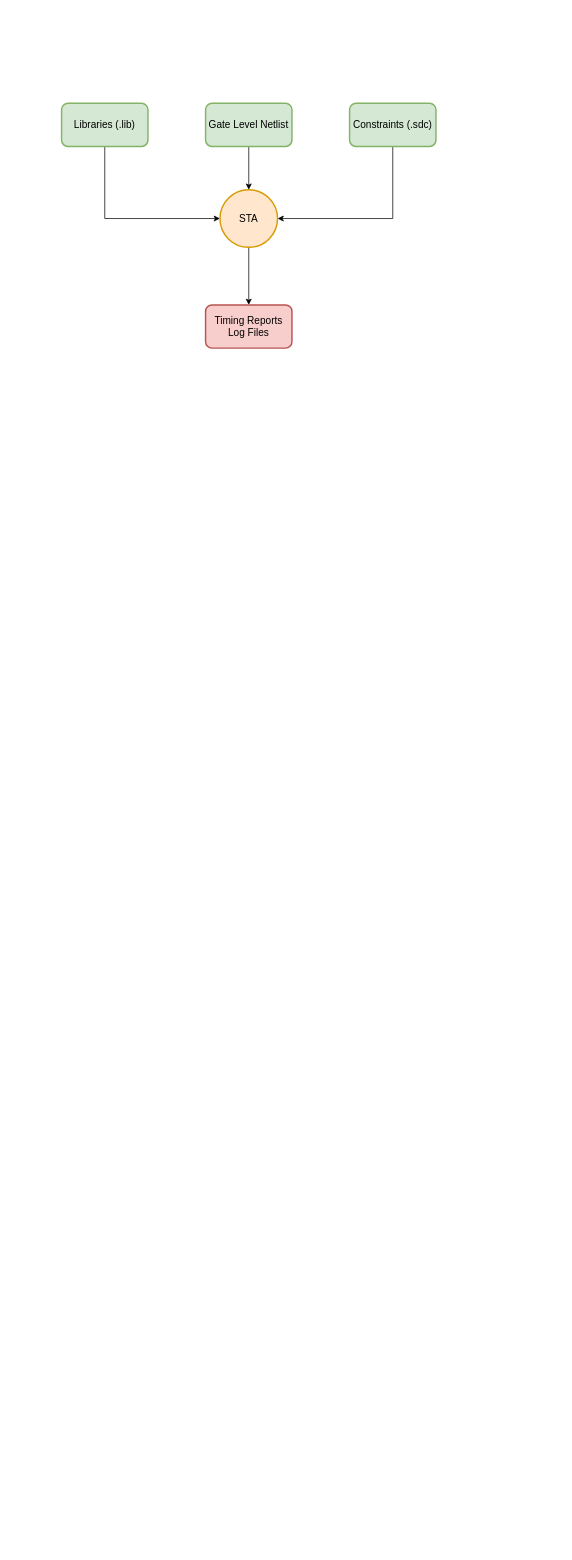
The draw.io diagram STA.drawio in T-Maharshi-Sanand-Yadav/draw.io, before the edit. Source tidied: cells renumbered, new cells numbered last; positions are measured from the earlier drawing's top-left corner, leaving out a move shared by most shapes. Both pictures are drawn from the tidied source at 72%, with x=0, y=0 at pixel (61, 103).
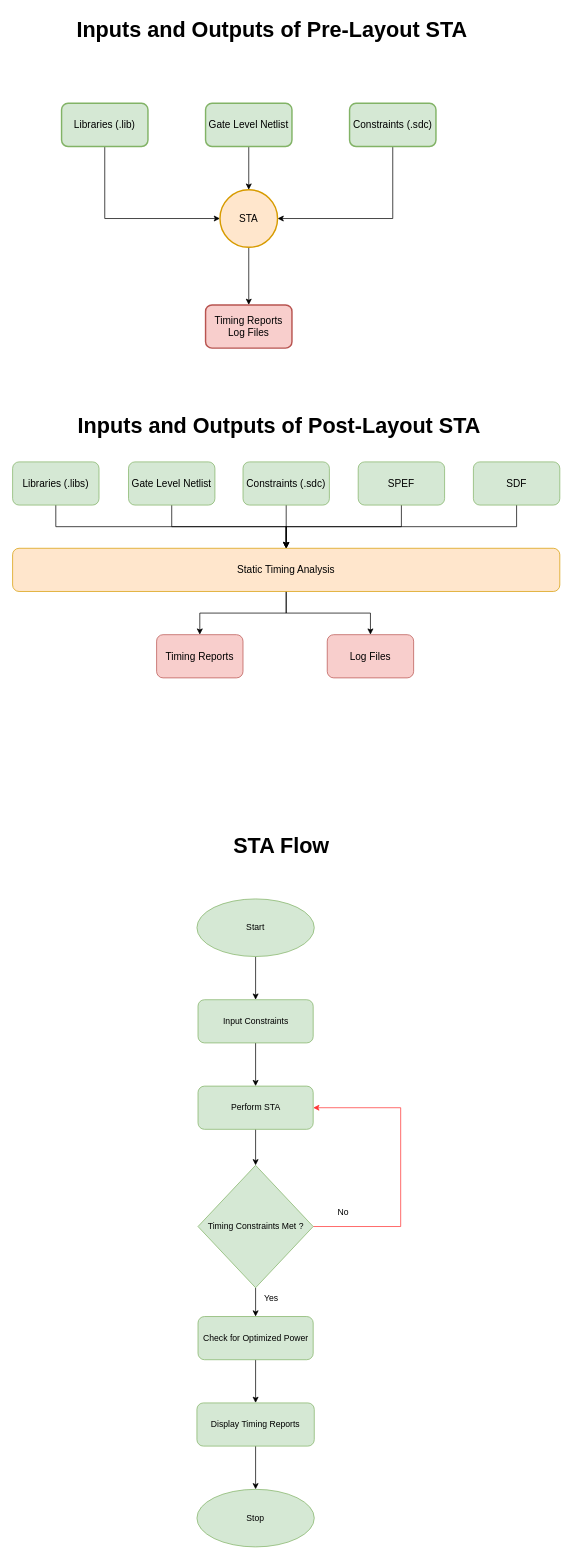
The same diagram, later.

Diff of the diagram source:
```diff
@@
+    <mxCell id="11" value="&lt;b&gt;&lt;font style=&quot;font-size: 30px;&quot;&gt;Inputs and Outputs of Pre-Layout STA&lt;/font&gt;&lt;/b&gt;" style="text;html=1;align=center;verticalAlign=middle;strokeColor=none;fillColor=none;" parent="1" vertex="1">
+      <mxGeometry x="11" y="-126" width="561" height="48" as="geometry" />
+    </mxCell>
+    <mxCell id="12" style="edgeStyle=orthogonalEdgeStyle;rounded=0;jettySize=auto;html=1;exitX=0.5;exitY=1;exitDx=0;exitDy=0;" parent="1" edge="1" source="13" target="26">
+      <mxGeometry relative="1" as="geometry" />
+    </mxCell>
+    <mxCell id="13" value="Libraries (.libs)" style="rounded=1;whiteSpace=wrap;html=1;fontSize=14;fillColor=#d5e8d4;strokeColor=#82b366;" parent="1" vertex="1">
+      <mxGeometry x="-68" y="498" width="120" height="60" as="geometry" />
+    </mxCell>
+    <mxCell id="14" style="edgeStyle=orthogonalEdgeStyle;rounded=0;jettySize=auto;html=1;" parent="1" edge="1" source="15" target="26">
+      <mxGeometry relative="1" as="geometry" />
+    </mxCell>
+    <mxCell id="15" value="Gate Level Netlist" style="rounded=1;whiteSpace=wrap;html=1;fontSize=14;fillColor=#d5e8d4;strokeColor=#82b366;" parent="1" vertex="1">
+      <mxGeometry x="93" y="498" width="120" height="60" as="geometry" />
+    </mxCell>
+    <mxCell id="16" style="edgeStyle=orthogonalEdgeStyle;rounded=0;jettySize=auto;html=1;" parent="1" edge="1" source="17" target="26">
+      <mxGeometry relative="1" as="geometry" />
+    </mxCell>
+    <mxCell id="17" value="Constraints (.sdc)" style="rounded=1;whiteSpace=wrap;html=1;fontSize=14;fillColor=#d5e8d4;strokeColor=#82b366;" parent="1" vertex="1">
+      <mxGeometry x="252" y="498" width="120" height="60" as="geometry" />
+    </mxCell>
+    <mxCell id="18" style="edgeStyle=orthogonalEdgeStyle;rounded=0;jettySize=auto;html=1;" parent="1" edge="1" source="19" target="26">
+      <mxGeometry relative="1" as="geometry" />
+    </mxCell>
+    <mxCell id="19" value="SPEF" style="rounded=1;whiteSpace=wrap;html=1;fontSize=14;fillColor=#d5e8d4;strokeColor=#82b366;" parent="1" vertex="1">
+      <mxGeometry x="412" y="498" width="120" height="60" as="geometry" />
+    </mxCell>
+    <mxCell id="20" style="edgeStyle=orthogonalEdgeStyle;rounded=0;jettySize=auto;html=1;" parent="1" edge="1" source="21" target="26">
+      <mxGeometry relative="1" as="geometry" />
+    </mxCell>
+    <mxCell id="21" value="SDF" style="rounded=1;whiteSpace=wrap;html=1;fontSize=14;fillColor=#d5e8d4;strokeColor=#82b366;" parent="1" vertex="1">
+      <mxGeometry x="572" y="498" width="120" height="60" as="geometry" />
+    </mxCell>
+    <mxCell id="22" value="Timing Reports" style="rounded=1;whiteSpace=wrap;html=1;fontSize=14;fillColor=#f8cecc;strokeColor=#b85450;" parent="1" vertex="1">
+      <mxGeometry x="132" y="738" width="120" height="60" as="geometry" />
+    </mxCell>
+    <mxCell id="23" value="Log Files" style="rounded=1;whiteSpace=wrap;html=1;fontSize=14;fillColor=#f8cecc;strokeColor=#b85450;" parent="1" vertex="1">
+      <mxGeometry x="369" y="738" width="120" height="60" as="geometry" />
+    </mxCell>
+    <mxCell id="24" style="edgeStyle=orthogonalEdgeStyle;rounded=0;jettySize=auto;html=1;exitX=0.5;exitY=1;exitDx=0;exitDy=0;entryX=0.5;entryY=0;entryDx=0;entryDy=0;" parent="1" edge="1" source="26" target="22">
+      <mxGeometry relative="1" as="geometry" />
+    </mxCell>
+    <mxCell id="25" style="edgeStyle=orthogonalEdgeStyle;rounded=0;jettySize=auto;html=1;exitX=0.5;exitY=1;exitDx=0;exitDy=0;entryX=0.5;entryY=0;entryDx=0;entryDy=0;" parent="1" edge="1" source="26" target="23">
+      <mxGeometry relative="1" as="geometry" />
+    </mxCell>
+    <mxCell id="26" value="&lt;span style=&quot;font-size: 14px;&quot;&gt;Static Timing Analysis&lt;/span&gt;" style="rounded=1;whiteSpace=wrap;html=1;fillColor=#ffe6cc;strokeColor=#d79b00;" parent="1" vertex="1">
+      <mxGeometry x="-68" y="618" width="760" height="60" as="geometry" />
+    </mxCell>
+    <mxCell id="27" style="edgeStyle=orthogonalEdgeStyle;rounded=0;jettySize=auto;html=1;" parent="1" edge="1" source="28" target="30">
+      <mxGeometry relative="1" as="geometry" />
+    </mxCell>
+    <mxCell id="28" value="Start" style="ellipse;whiteSpace=wrap;html=1;fillColor=#d5e8d4;strokeColor=#82b366;" parent="1" vertex="1">
+      <mxGeometry x="188" y="1105" width="163" height="80" as="geometry" />
+    </mxCell>
+    <mxCell id="29" style="edgeStyle=orthogonalEdgeStyle;rounded=0;jettySize=auto;html=1;" parent="1" edge="1" source="30" target="32">
+      <mxGeometry relative="1" as="geometry" />
+    </mxCell>
+    <mxCell id="30" value="Input Constraints" style="rounded=1;whiteSpace=wrap;html=1;fillColor=#d5e8d4;strokeColor=#82b366;" parent="1" vertex="1">
+      <mxGeometry x="189.5" y="1245" width="160" height="60" as="geometry" />
+    </mxCell>
+    <mxCell id="31" style="edgeStyle=orthogonalEdgeStyle;rounded=0;jettySize=auto;html=1;" parent="1" edge="1" source="32" target="37">
+      <mxGeometry relative="1" as="geometry" />
+    </mxCell>
+    <mxCell id="32" value="Perform STA" style="rounded=1;whiteSpace=wrap;html=1;fillColor=#d5e8d4;strokeColor=#82b366;" parent="1" vertex="1">
+      <mxGeometry x="189.5" y="1365" width="160" height="60" as="geometry" />
+    </mxCell>
+    <mxCell id="33" style="edgeStyle=orthogonalEdgeStyle;rounded=0;jettySize=auto;html=1;" parent="1" edge="1" source="34" target="39">
+      <mxGeometry relative="1" as="geometry" />
+    </mxCell>
+    <mxCell id="34" value="Check for Optimized Power" style="rounded=1;whiteSpace=wrap;html=1;fillColor=#d5e8d4;strokeColor=#82b366;" parent="1" vertex="1">
+      <mxGeometry x="189.5" y="1685" width="160" height="60" as="geometry" />
+    </mxCell>
+    <mxCell id="35" style="edgeStyle=orthogonalEdgeStyle;rounded=0;jettySize=auto;html=1;" parent="1" edge="1" source="37" target="34">
+      <mxGeometry relative="1" as="geometry" />
+    </mxCell>
+    <mxCell id="36" style="edgeStyle=orthogonalEdgeStyle;rounded=0;jettySize=auto;html=1;exitX=1;exitY=0.5;exitDx=0;exitDy=0;entryX=1;entryY=0.5;entryDx=0;entryDy=0;strokeColor=#FF3333;" parent="1" edge="1" source="37" target="32">
+      <mxGeometry relative="1" as="geometry">
+        <Array as="points">
+          <mxPoint x="471" y="1560" />
+          <mxPoint x="471" y="1395" />
+        </Array>
+      </mxGeometry>
+    </mxCell>
+    <mxCell id="37" value="Timing Constraints Met ?" style="rhombus;whiteSpace=wrap;html=1;fillColor=#d5e8d4;strokeColor=#82b366;" parent="1" vertex="1">
+      <mxGeometry x="189.5" y="1475" width="160" height="170" as="geometry" />
+    </mxCell>
+    <mxCell id="38" style="edgeStyle=orthogonalEdgeStyle;rounded=0;jettySize=auto;html=1;" parent="1" edge="1" source="39" target="40">
+      <mxGeometry relative="1" as="geometry" />
+    </mxCell>
+    <mxCell id="39" value="Display Timing Reports" style="rounded=1;whiteSpace=wrap;html=1;fillColor=#d5e8d4;strokeColor=#82b366;" parent="1" vertex="1">
+      <mxGeometry x="188" y="1805" width="163" height="60" as="geometry" />
+    </mxCell>
+    <mxCell id="40" value="Stop" style="ellipse;whiteSpace=wrap;html=1;fillColor=#d5e8d4;strokeColor=#82b366;" parent="1" vertex="1">
+      <mxGeometry x="188" y="1925" width="163" height="80" as="geometry" />
+    </mxCell>
+    <mxCell id="41" value="Yes" style="text;html=1;align=center;verticalAlign=middle;strokeColor=none;fillColor=none;" parent="1" vertex="1">
+      <mxGeometry x="271" y="1645" width="40" height="30" as="geometry" />
+    </mxCell>
+    <mxCell id="42" value="No" style="text;html=1;align=center;verticalAlign=middle;strokeColor=none;fillColor=none;" parent="1" vertex="1">
+      <mxGeometry x="371" y="1525" width="40" height="30" as="geometry" />
+    </mxCell>
+    <mxCell id="43" value="&lt;b&gt;&lt;font style=&quot;font-size: 30px;&quot;&gt;Inputs and Outputs of Post-Layout STA&lt;/font&gt;&lt;/b&gt;" style="text;html=1;align=center;verticalAlign=middle;strokeColor=none;fillColor=none;" parent="1" vertex="1">
+      <mxGeometry x="13" y="423" width="577" height="48" as="geometry" />
+    </mxCell>
+    <mxCell id="44" value="&lt;b&gt;&lt;font style=&quot;font-size: 30px;&quot;&gt;STA Flow&lt;/font&gt;&lt;/b&gt;" style="text;html=1;align=center;verticalAlign=middle;strokeColor=none;fillColor=none;" parent="1" vertex="1">
+      <mxGeometry x="229" y="1007" width="151" height="48" as="geometry" />
+    </mxCell>
```
